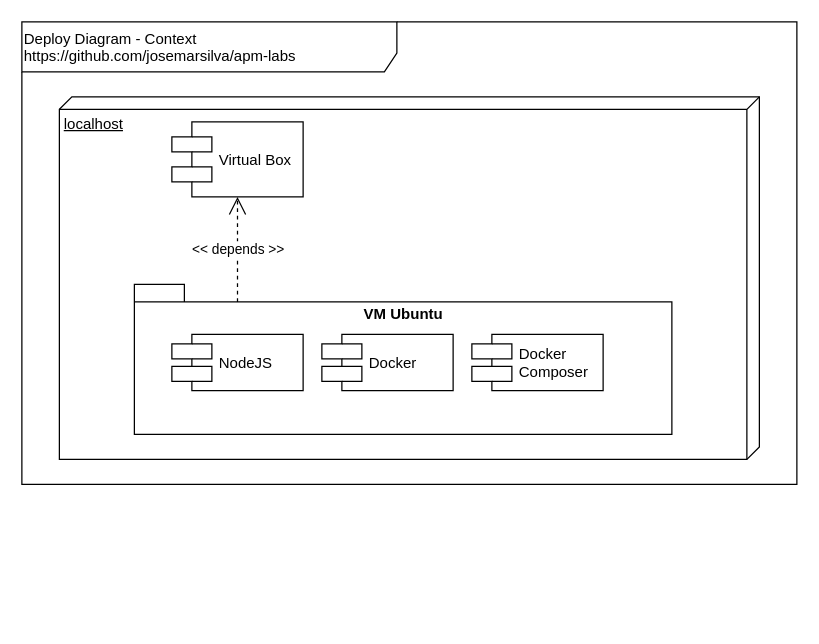
Above: doc/DeployDiagram-Context.drawio in josemarsilva/apm-labs (draw.io), before the change. Source tidied: cells renumbered, new cells numbered last; positions are measured from the earlier drawing's top-left corner, leaving out a move shared by most shapes. Both pictures are drawn from the tidied source at 125%, with x=0, y=0 at pixel (21, 21).
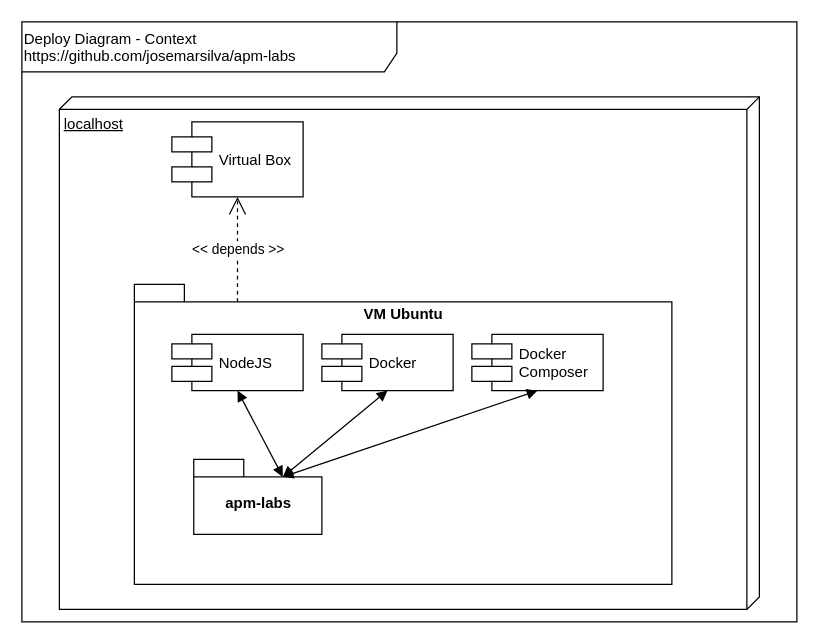
Above is the later version.

Change to the diagram source:
```diff
@@
 <mxGraphModel>
   <root>
     <mxCell id="0" />
     <mxCell id="1" parent="0" />
     <mxCell id="2" value="Deploy Diagram - Context&lt;br&gt;https://github.com/josemarsilva/apm-labs" style="shape=umlFrame;whiteSpace=wrap;html=1;width=300;height=40;verticalAlign=top;align=left;" parent="1" vertex="1">
-      <mxGeometry width="620" height="370" as="geometry" />
+      <mxGeometry width="620" height="480" as="geometry" />
     </mxCell>
     <mxCell id="3" value="localhost" style="verticalAlign=top;align=left;spacingTop=8;spacingLeft=2;spacingRight=12;shape=cube;size=10;direction=south;fontStyle=4;html=1;" parent="1" vertex="1">
-      <mxGeometry x="30" y="60" width="560" height="290" as="geometry" />
+      <mxGeometry x="30" y="60" width="560" height="410" as="geometry" />
     </mxCell>
     <mxCell id="4" value="Virtual Box" style="shape=component;align=left;spacingLeft=36;" parent="1" vertex="1">
       <mxGeometry x="120" y="80" width="105" height="60" as="geometry" />
     </mxCell>
     <mxCell id="5" value="&amp;lt;&amp;lt; depends &amp;gt;&amp;gt;" style="endArrow=open;endSize=12;dashed=1;html=1;exitX=0;exitY=0;exitDx=82.5;exitDy=14;exitPerimeter=0;" parent="1" edge="1" source="6" target="4">
       <mxGeometry relative="1" as="geometry" />
     </mxCell>
     <mxCell id="6" value="VM Ubuntu" style="shape=folder;fontStyle=1;spacingTop=10;tabWidth=40;tabHeight=14;tabPosition=left;html=1;verticalAlign=top;" parent="1" vertex="1">
-      <mxGeometry x="90" y="210" width="430" height="120" as="geometry" />
+      <mxGeometry x="90" y="210" width="430" height="240" as="geometry" />
     </mxCell>
     <mxCell id="7" value="NodeJS" style="shape=component;align=left;spacingLeft=36;" parent="1" vertex="1">
       <mxGeometry x="120" y="250" width="105" height="45" as="geometry" />
     </mxCell>
     <mxCell id="8" value="Docker" style="shape=component;align=left;spacingLeft=36;" parent="1" vertex="1">
       <mxGeometry x="240" y="250" width="105" height="45" as="geometry" />
     </mxCell>
     <mxCell id="9" value="Docker &#10;Composer" style="shape=component;align=left;spacingLeft=36;" parent="1" vertex="1">
       <mxGeometry x="360" y="250" width="105" height="45" as="geometry" />
     </mxCell>
+    <mxCell id="10" value="apm-labs" style="shape=folder;fontStyle=1;spacingTop=10;tabWidth=40;tabHeight=14;tabPosition=left;html=1;verticalAlign=middle;" parent="1" vertex="1">
+      <mxGeometry x="137.5" y="350" width="102.5" height="60" as="geometry" />
+    </mxCell>
+    <mxCell id="11" style="endArrow=block;startArrow=block;endFill=1;startFill=1;html=1;exitX=0.5;exitY=1;exitDx=0;exitDy=0;entryX=0;entryY=0;entryDx=71.25;entryDy=14;entryPerimeter=0;" parent="1" edge="1" source="7" target="10">
+      <mxGeometry relative="1" as="geometry" />
+    </mxCell>
+    <mxCell id="12" style="endArrow=block;startArrow=block;endFill=1;startFill=1;html=1;exitX=0.5;exitY=1;exitDx=0;exitDy=0;entryX=0;entryY=0;entryDx=71.25;entryDy=14;entryPerimeter=0;" parent="1" edge="1" source="8" target="10">
+      <mxGeometry relative="1" as="geometry" />
+    </mxCell>
+    <mxCell id="13" style="endArrow=block;startArrow=block;endFill=1;startFill=1;html=1;exitX=0.5;exitY=1;exitDx=0;exitDy=0;entryX=0;entryY=0;entryDx=71.25;entryDy=14;entryPerimeter=0;" parent="1" edge="1" source="9" target="10">
+      <mxGeometry relative="1" as="geometry" />
+    </mxCell>
   </root>
 </mxGraphModel>
```
